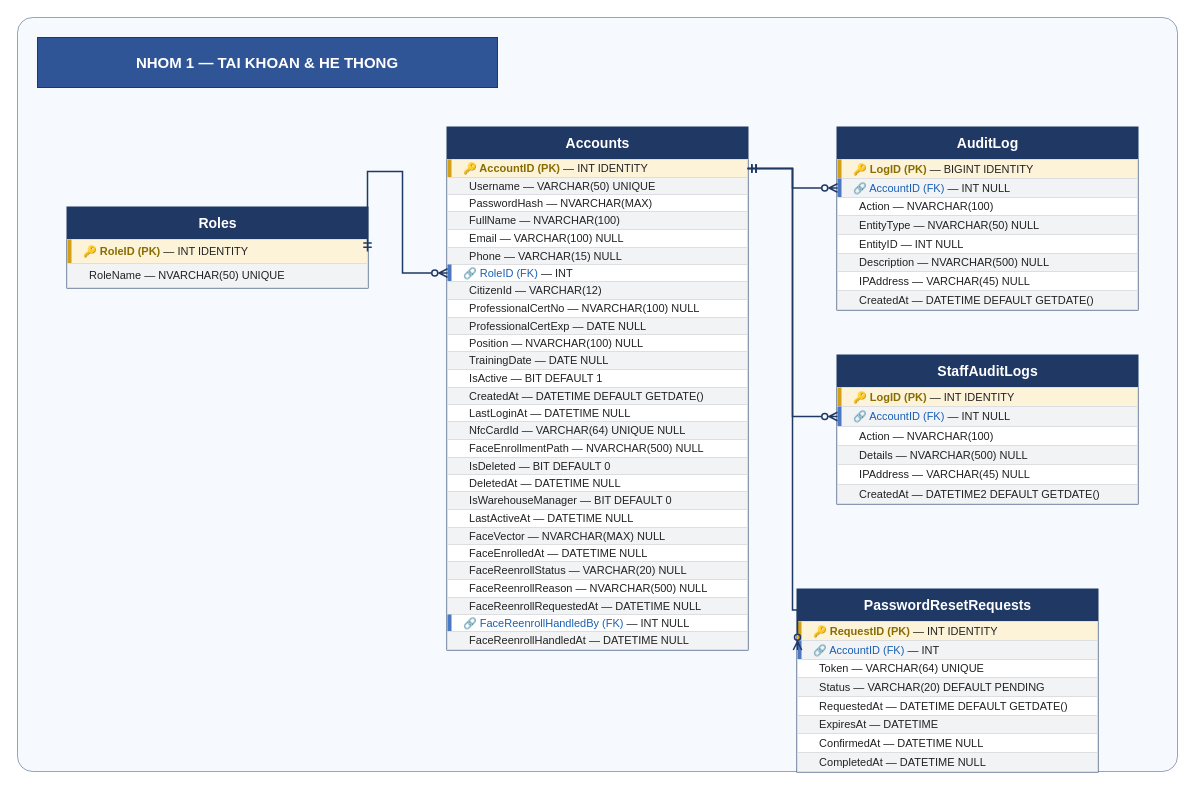
This is page "TaiKhoan_HeThong" (2 of 6) of TaiNguyen/Duyệt/MediVault_ERD_Diagram.drawio from dodangkhoa907-png/MediVault, a draw.io file, before an edit. Source tidied: cells renumbered, new cells numbered last; positions are measured from the earlier drawing's top-left corner, leaving out a move shared by most shapes. Both pictures are drawn from the tidied source at 100%, with x=0, y=0 at pixel (17, 17).
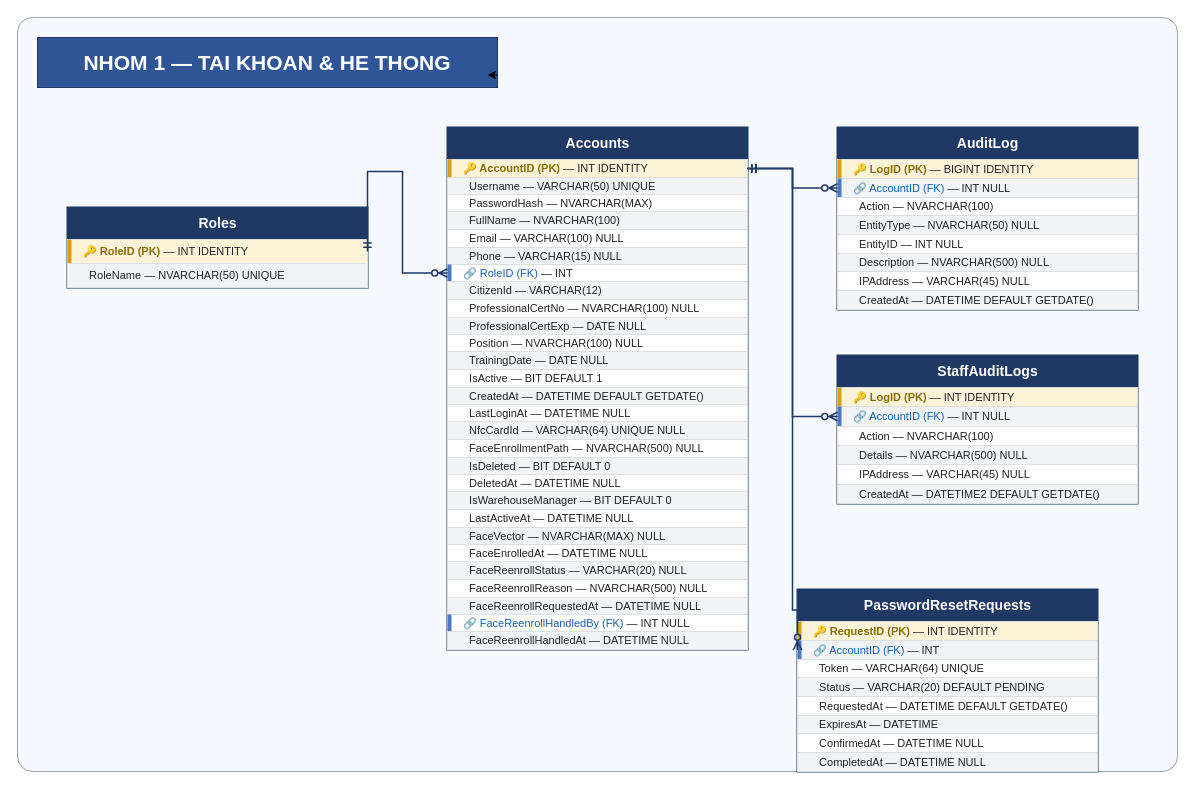
The same page after the edit.

The change refers to these unchanged cells:
```xml
<mxCell id="2" style="group;" parent="1" vertex="1">
  <mxGeometry width="1160" height="754" as="geometry" />
</mxCell>
```

Change to the diagram source:
```diff
@@
-    <mxCell id="4" value="NHOM 1 — TAI KHOAN &amp; HE THONG" style="rounded=0;whiteSpace=wrap;html=1;fontStyle=1;fontSize=15;fontColor=#ffffff;fillColor=#2F5597;strokeColor=#1F3864;verticalAlign=middle;align=center;" parent="2" vertex="1">
+    <mxCell id="4" value="NHOM 1 — TAI KHOAN &amp;amp; HE THONG" style="rounded=0;whiteSpace=wrap;html=1;fontStyle=1;fontSize=21;fontColor=#ffffff;fillColor=#2F5597;strokeColor=#1F3864;verticalAlign=middle;align=center;" parent="2" vertex="1">
       <mxGeometry x="20" y="20" width="460" height="50" as="geometry" />
     </mxCell>
@@
+    <mxCell id="76" style="edgeStyle=orthogonalEdgeStyle;rounded=0;orthogonalLoop=1;jettySize=auto;html=1;exitX=1;exitY=0.75;exitDx=0;exitDy=0;entryX=0.978;entryY=0.738;entryDx=0;entryDy=0;entryPerimeter=0;" parent="2" edge="1" source="4" target="4">
+      <mxGeometry relative="1" as="geometry" />
+    </mxCell>
```
